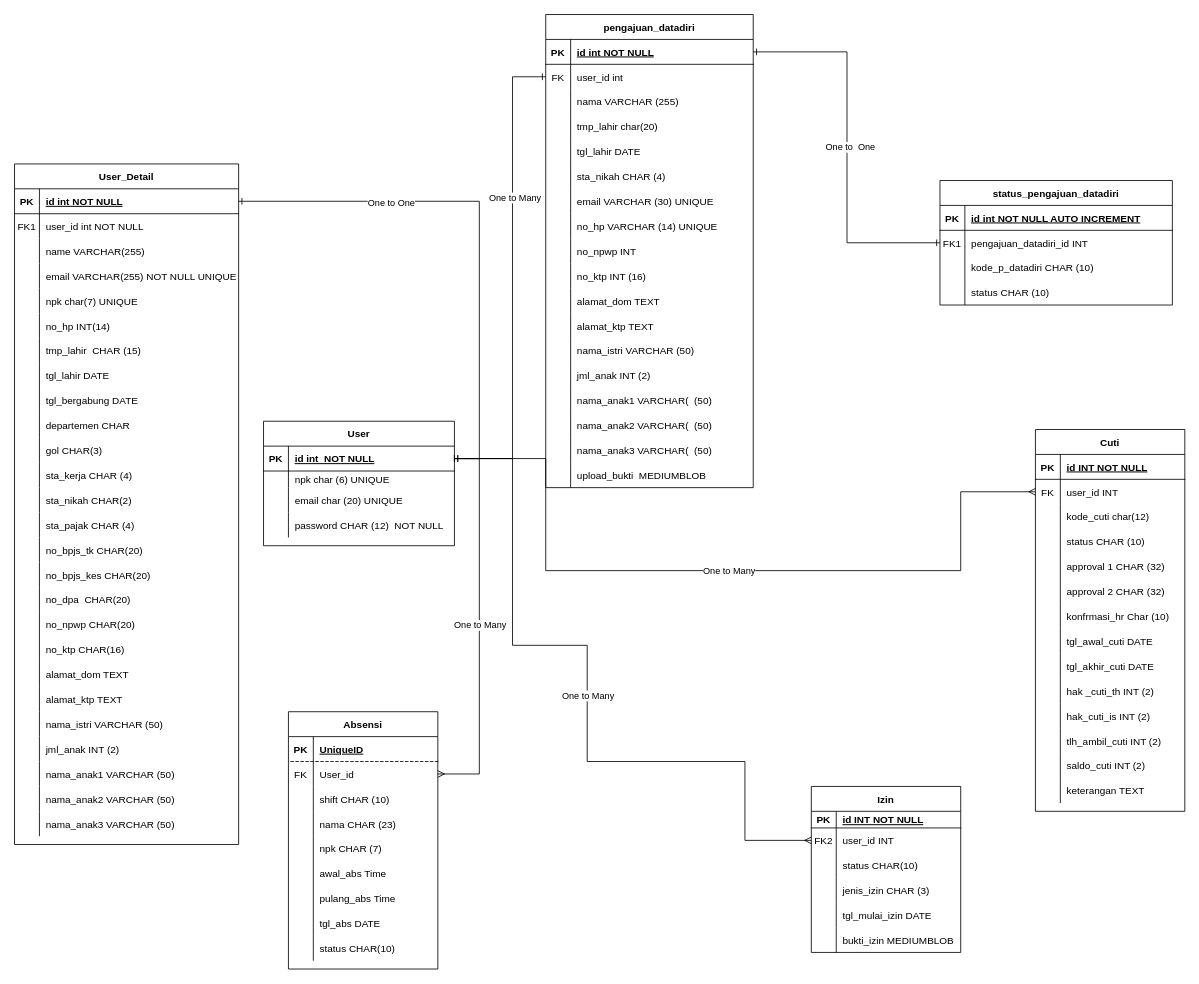
The draw.io diagram page "ERD" (1 of 6) of ERDS1AR/ERD S1AR.drawio in magang-aiia/ERD-Diagram, before the edit. Source tidied: cells renumbered, new cells numbered last; positions are measured from the earlier drawing's top-left corner, leaving out a move shared by most shapes. Both pictures are drawn from the tidied source at 83%, with x=0, y=0 at pixel (14, 14).
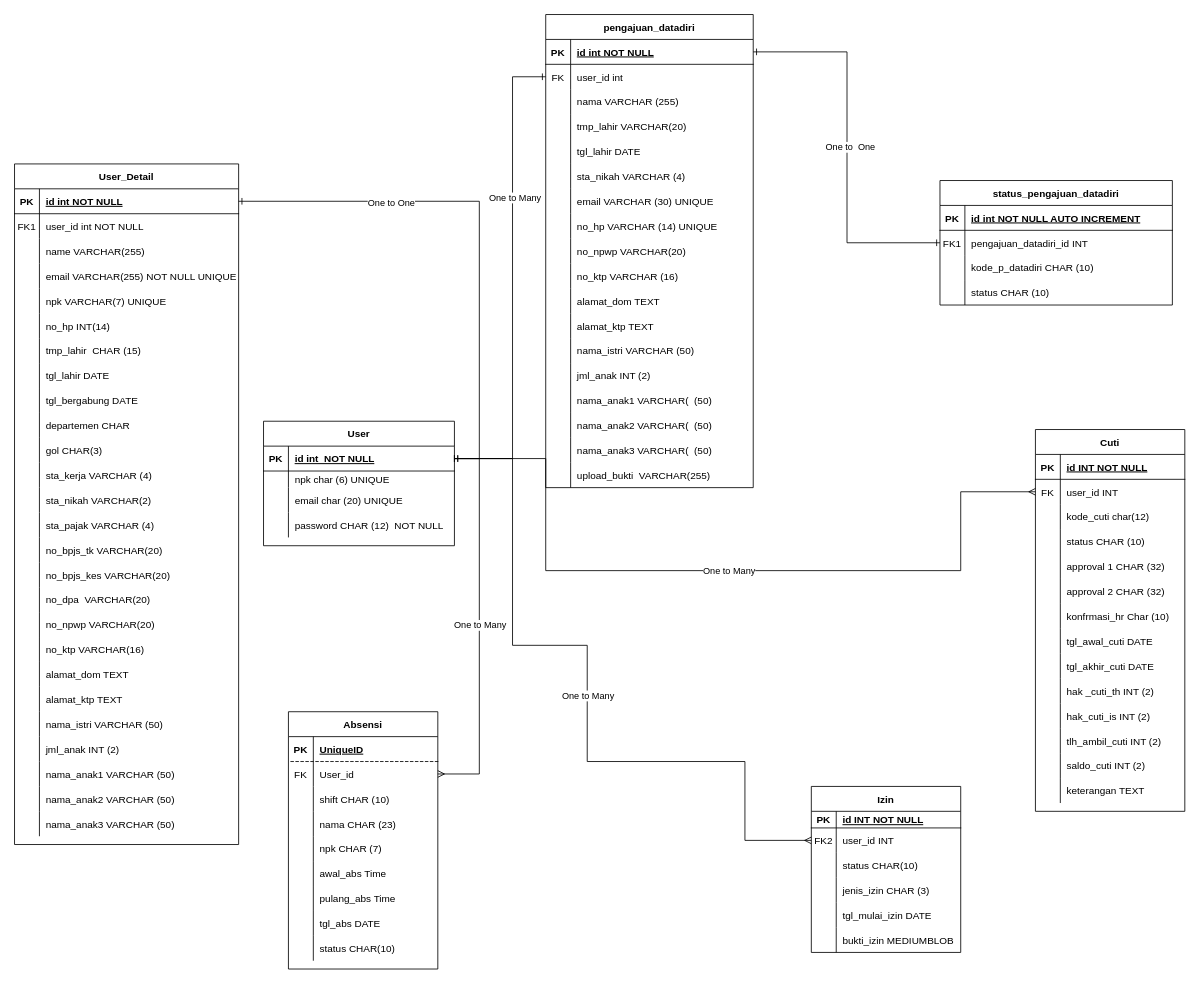
The same page after the edit.

The change refers to these unchanged cells:
```xml
<mxCell id="15" style="shape=partialRectangle;fillColor=none;top=0;left=0;right=0;bottom=0;" parent="2" vertex="1">
  <mxGeometry y="150" width="270" height="30" as="geometry" />
</mxCell>
<mxCell id="36" style="shape=partialRectangle;fillColor=none;top=0;left=0;right=0;bottom=0;" parent="2" vertex="1">
  <mxGeometry y="360" width="270" height="30" as="geometry" />
</mxCell>
<mxCell id="39" style="shape=partialRectangle;fillColor=none;top=0;left=0;right=0;bottom=0;" parent="2" vertex="1">
  <mxGeometry y="390" width="270" height="30" as="geometry" />
</mxCell>
<mxCell id="42" style="shape=partialRectangle;fillColor=none;top=0;left=0;right=0;bottom=0;" parent="2" vertex="1">
  <mxGeometry y="420" width="270" height="30" as="geometry" />
</mxCell>
<mxCell id="45" style="shape=partialRectangle;fillColor=none;top=0;left=0;right=0;bottom=0;" parent="2" vertex="1">
  <mxGeometry y="450" width="270" height="30" as="geometry" />
</mxCell>
<mxCell id="48" style="shape=partialRectangle;fillColor=none;top=0;left=0;right=0;bottom=0;" parent="2" vertex="1">
  <mxGeometry y="480" width="270" height="30" as="geometry" />
</mxCell>
<mxCell id="51" style="shape=partialRectangle;fillColor=none;top=0;left=0;right=0;bottom=0;" parent="2" vertex="1">
  <mxGeometry y="510" width="270" height="30" as="geometry" />
</mxCell>
<mxCell id="54" style="shape=partialRectangle;fillColor=none;top=0;left=0;right=0;bottom=0;" parent="2" vertex="1">
  <mxGeometry y="540" width="270" height="30" as="geometry" />
</mxCell>
<mxCell id="57" style="shape=partialRectangle;fillColor=none;top=0;left=0;right=0;bottom=0;" parent="2" vertex="1">
  <mxGeometry y="570" width="270" height="30" as="geometry" />
</mxCell>
<mxCell id="91" style="shape=partialRectangle;fillColor=none;top=0;left=0;right=0;bottom=0;" parent="81" vertex="1">
  <mxGeometry y="120" width="250" height="30" as="geometry" />
</mxCell>
<mxCell id="97" style="shape=partialRectangle;fillColor=none;top=0;left=0;right=0;bottom=0;" parent="81" vertex="1">
  <mxGeometry y="180" width="250" height="30" as="geometry" />
</mxCell>
<mxCell id="106" style="shape=partialRectangle;fillColor=none;top=0;left=0;right=0;bottom=0;" parent="81" vertex="1">
  <mxGeometry y="270" width="250" height="30" as="geometry" />
</mxCell>
<mxCell id="109" style="shape=partialRectangle;fillColor=none;top=0;left=0;right=0;bottom=0;" parent="81" vertex="1">
  <mxGeometry y="300" width="250" height="30" as="geometry" />
</mxCell>
<mxCell id="133" style="shape=partialRectangle;fillColor=none;top=0;left=0;right=0;bottom=0;" parent="81" vertex="1">
  <mxGeometry y="540" width="250" height="30" as="geometry" />
</mxCell>
```

Change to the diagram source:
```diff
@@
-    <mxCell id="17" value="npk char(7) UNIQUE" style="shape=partialRectangle;overflow=hidden;fillColor=none;top=0;left=0;bottom=0;right=0;align=left;spacingLeft=6;" parent="15" vertex="1">
+    <mxCell id="17" value="npk VARCHAR(7) UNIQUE" style="shape=partialRectangle;overflow=hidden;fillColor=none;top=0;left=0;bottom=0;right=0;align=left;spacingLeft=6;" parent="15" vertex="1">
       <mxGeometry x="30" width="240" height="30" as="geometry" />
     </mxCell>
@@
-    <mxCell id="38" value="sta_kerja CHAR (4)" style="shape=partialRectangle;overflow=hidden;fillColor=none;top=0;left=0;bottom=0;right=0;align=left;spacingLeft=6;" parent="36" vertex="1">
+    <mxCell id="38" value="sta_kerja VARCHAR (4)" style="shape=partialRectangle;overflow=hidden;fillColor=none;top=0;left=0;bottom=0;right=0;align=left;spacingLeft=6;" parent="36" vertex="1">
       <mxGeometry x="30" width="240" height="30" as="geometry" />
     </mxCell>
@@
-    <mxCell id="41" value="sta_nikah CHAR(2)" style="shape=partialRectangle;overflow=hidden;fillColor=none;top=0;left=0;bottom=0;right=0;align=left;spacingLeft=6;" parent="39" vertex="1">
+    <mxCell id="41" value="sta_nikah VARCHAR(2)" style="shape=partialRectangle;overflow=hidden;fillColor=none;top=0;left=0;bottom=0;right=0;align=left;spacingLeft=6;" parent="39" vertex="1">
       <mxGeometry x="30" width="240" height="30" as="geometry" />
     </mxCell>
@@
-    <mxCell id="44" value="sta_pajak CHAR (4)" style="shape=partialRectangle;overflow=hidden;fillColor=none;top=0;left=0;bottom=0;right=0;align=left;spacingLeft=6;" parent="42" vertex="1">
+    <mxCell id="44" value="sta_pajak VARCHAR (4)" style="shape=partialRectangle;overflow=hidden;fillColor=none;top=0;left=0;bottom=0;right=0;align=left;spacingLeft=6;" parent="42" vertex="1">
       <mxGeometry x="30" width="240" height="30" as="geometry" />
     </mxCell>
@@
-    <mxCell id="47" value="no_bpjs_tk CHAR(20)" style="shape=partialRectangle;overflow=hidden;fillColor=none;top=0;left=0;bottom=0;right=0;align=left;spacingLeft=6;" parent="45" vertex="1">
+    <mxCell id="47" value="no_bpjs_tk VARCHAR(20)" style="shape=partialRectangle;overflow=hidden;fillColor=none;top=0;left=0;bottom=0;right=0;align=left;spacingLeft=6;" parent="45" vertex="1">
       <mxGeometry x="30" width="240" height="30" as="geometry" />
     </mxCell>
@@
-    <mxCell id="50" value="no_bpjs_kes CHAR(20)" style="shape=partialRectangle;overflow=hidden;fillColor=none;top=0;left=0;bottom=0;right=0;align=left;spacingLeft=6;" parent="48" vertex="1">
+    <mxCell id="50" value="no_bpjs_kes VARCHAR(20)" style="shape=partialRectangle;overflow=hidden;fillColor=none;top=0;left=0;bottom=0;right=0;align=left;spacingLeft=6;" parent="48" vertex="1">
       <mxGeometry x="30" width="240" height="30" as="geometry" />
     </mxCell>
@@
-    <mxCell id="53" value="no_dpa  CHAR(20)" style="shape=partialRectangle;overflow=hidden;fillColor=none;top=0;left=0;bottom=0;right=0;align=left;spacingLeft=6;" parent="51" vertex="1">
+    <mxCell id="53" value="no_dpa  VARCHAR(20)" style="shape=partialRectangle;overflow=hidden;fillColor=none;top=0;left=0;bottom=0;right=0;align=left;spacingLeft=6;" parent="51" vertex="1">
       <mxGeometry x="30" width="240" height="30" as="geometry" />
     </mxCell>
@@
-    <mxCell id="56" value="no_npwp CHAR(20)" style="shape=partialRectangle;overflow=hidden;fillColor=none;top=0;left=0;bottom=0;right=0;align=left;spacingLeft=6;" parent="54" vertex="1">
+    <mxCell id="56" value="no_npwp VARCHAR(20)" style="shape=partialRectangle;overflow=hidden;fillColor=none;top=0;left=0;bottom=0;right=0;align=left;spacingLeft=6;" parent="54" vertex="1">
       <mxGeometry x="30" width="240" height="30" as="geometry" />
     </mxCell>
@@
-    <mxCell id="59" value="no_ktp CHAR(16)" style="shape=partialRectangle;overflow=hidden;fillColor=none;top=0;left=0;bottom=0;right=0;align=left;spacingLeft=6;" parent="57" vertex="1">
+    <mxCell id="59" value="no_ktp VARCHAR(16)" style="shape=partialRectangle;overflow=hidden;fillColor=none;top=0;left=0;bottom=0;right=0;align=left;spacingLeft=6;" parent="57" vertex="1">
       <mxGeometry x="30" width="240" height="30" as="geometry" />
     </mxCell>
@@
-    <mxCell id="93" value="tmp_lahir char(20)" style="shape=partialRectangle;overflow=hidden;fillColor=none;top=0;left=0;bottom=0;right=0;align=left;spacingLeft=6;" parent="91" vertex="1">
+    <mxCell id="93" value="tmp_lahir VARCHAR(20)" style="shape=partialRectangle;overflow=hidden;fillColor=none;top=0;left=0;bottom=0;right=0;align=left;spacingLeft=6;" parent="91" vertex="1">
       <mxGeometry x="30" width="220" height="30" as="geometry" />
     </mxCell>
@@
-    <mxCell id="99" value="sta_nikah CHAR (4)" style="shape=partialRectangle;overflow=hidden;fillColor=none;top=0;left=0;bottom=0;right=0;align=left;spacingLeft=6;" parent="97" vertex="1">
+    <mxCell id="99" value="sta_nikah VARCHAR (4)" style="shape=partialRectangle;overflow=hidden;fillColor=none;top=0;left=0;bottom=0;right=0;align=left;spacingLeft=6;" parent="97" vertex="1">
       <mxGeometry x="30" width="220" height="30" as="geometry" />
     </mxCell>
@@
-    <mxCell id="108" value="no_npwp INT " style="shape=partialRectangle;overflow=hidden;fillColor=none;top=0;left=0;bottom=0;right=0;align=left;spacingLeft=6;" parent="106" vertex="1">
+    <mxCell id="108" value="no_npwp VARCHAR(20) " style="shape=partialRectangle;overflow=hidden;fillColor=none;top=0;left=0;bottom=0;right=0;align=left;spacingLeft=6;" parent="106" vertex="1">
       <mxGeometry x="30" width="220" height="30" as="geometry" />
     </mxCell>
@@
-    <mxCell id="111" value="no_ktp INT (16)" style="shape=partialRectangle;overflow=hidden;fillColor=none;top=0;left=0;bottom=0;right=0;align=left;spacingLeft=6;" parent="109" vertex="1">
+    <mxCell id="111" value="no_ktp VARCHAR (16)" style="shape=partialRectangle;overflow=hidden;fillColor=none;top=0;left=0;bottom=0;right=0;align=left;spacingLeft=6;" parent="109" vertex="1">
       <mxGeometry x="30" width="220" height="30" as="geometry" />
     </mxCell>
@@
-    <mxCell id="135" value="upload_bukti  MEDIUMBLOB" style="shape=partialRectangle;overflow=hidden;fillColor=none;top=0;left=0;bottom=0;right=0;align=left;spacingLeft=6;" parent="133" vertex="1">
+    <mxCell id="135" value="upload_bukti  VARCHAR(255)" style="shape=partialRectangle;overflow=hidden;fillColor=none;top=0;left=0;bottom=0;right=0;align=left;spacingLeft=6;" parent="133" vertex="1">
       <mxGeometry x="30" width="220" height="30" as="geometry" />
     </mxCell>
```
